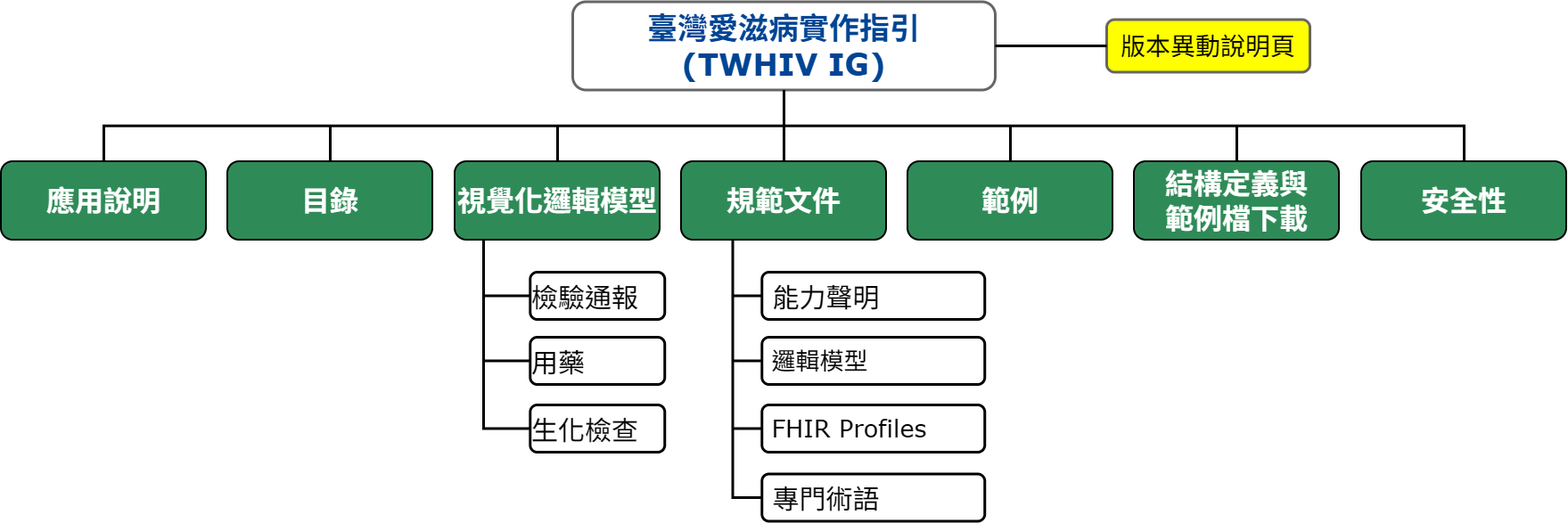
Above: input/images/structure.png in omnifhir/hiv (draw.io), before the change. Source tidied: cells renumbered, new cells last; positions are measured from the earlier drawing's top-left corner, leaving out a move shared by most shapes.
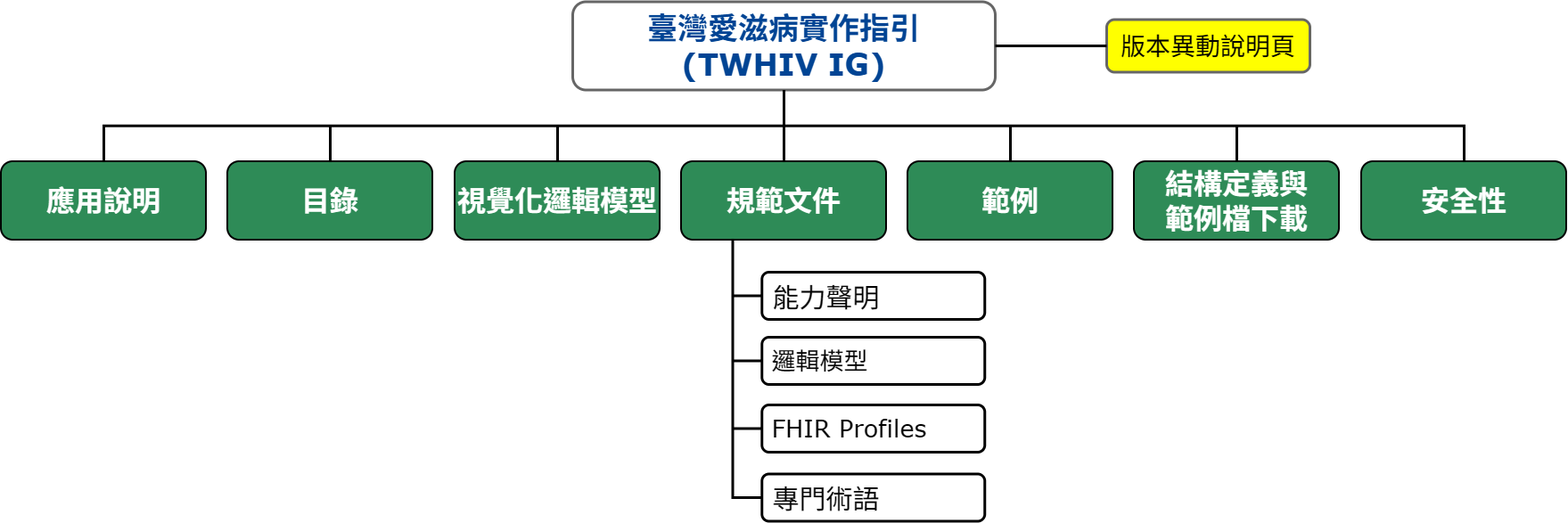
Above is the later version.

The edit, as a diff of the source:
```diff
@@ -77,29 +77,5 @@
     <mxCell id="26" style="edgeStyle=orthogonalEdgeStyle;rounded=0;jettySize=auto;html=1;endArrow=none;endFill=0;strokeWidth=3;entryX=0.25;entryY=1;entryDx=0;entryDy=0;exitX=0;exitY=0.5;exitDx=0;exitDy=0;" parent="1" edge="1" source="14" target="10">
       <mxGeometry relative="1" as="geometry" />
     </mxCell>
-    <mxCell id="27" value="&lt;font face=&quot;Verdana&quot;&gt;&lt;span style=&quot;font-size: 30px;&quot;&gt;檢驗通報&lt;/span&gt;&lt;/font&gt;" style="rounded=1;whiteSpace=wrap;html=1;align=left;fontFamily=標楷體;fontStyle=0;strokeWidth=3;" parent="1" vertex="1">
-      <mxGeometry x="593.2" y="304" width="151" height="53" as="geometry" />
-    </mxCell>
-    <mxCell id="28" value="&lt;font face=&quot;Verdana&quot;&gt;&lt;span style=&quot;font-size: 30px;&quot;&gt;用藥&lt;/span&gt;&lt;/font&gt;" style="rounded=1;whiteSpace=wrap;html=1;align=left;fontFamily=標楷體;fontStyle=0;strokeWidth=3;" parent="1" vertex="1">
-      <mxGeometry x="593.2" y="377" width="151" height="53" as="geometry" />
-    </mxCell>
-    <mxCell id="29" value="&lt;font face=&quot;Verdana&quot; style=&quot;font-size: 30px;&quot;&gt;生化檢查&lt;/font&gt;" style="rounded=1;whiteSpace=wrap;html=1;align=left;fontFamily=標楷體;fontStyle=0;strokeWidth=3;" parent="1" vertex="1">
-      <mxGeometry x="593.2" y="453" width="151" height="53" as="geometry" />
-    </mxCell>
-    <mxCell id="30" style="edgeStyle=orthogonalEdgeStyle;rounded=0;jettySize=auto;html=1;endArrow=none;endFill=0;strokeWidth=3;entryX=0.5;entryY=1;entryDx=0;entryDy=0;exitX=0;exitY=0.5;exitDx=0;exitDy=0;" parent="1" edge="1" source="27">
-      <mxGeometry relative="1" as="geometry">
-        <mxPoint x="541" y="268.5" as="targetPoint" />
-      </mxGeometry>
-    </mxCell>
-    <mxCell id="31" style="edgeStyle=orthogonalEdgeStyle;rounded=0;jettySize=auto;html=1;endArrow=none;endFill=0;strokeWidth=3;entryX=0.5;entryY=1;entryDx=0;entryDy=0;exitX=0;exitY=0.5;exitDx=0;exitDy=0;" parent="1" edge="1" source="28">
-      <mxGeometry relative="1" as="geometry">
-        <mxPoint x="541" y="268.5" as="targetPoint" />
-      </mxGeometry>
-    </mxCell>
-    <mxCell id="32" style="edgeStyle=orthogonalEdgeStyle;rounded=0;jettySize=auto;html=1;endArrow=none;endFill=0;strokeWidth=3;entryX=0.5;entryY=1;entryDx=0;entryDy=0;exitX=0;exitY=0.5;exitDx=0;exitDy=0;" parent="1" edge="1" source="29">
-      <mxGeometry relative="1" as="geometry">
-        <mxPoint x="541" y="268.5" as="targetPoint" />
-      </mxGeometry>
-    </mxCell>
   </root>
 </mxGraphModel>
```
